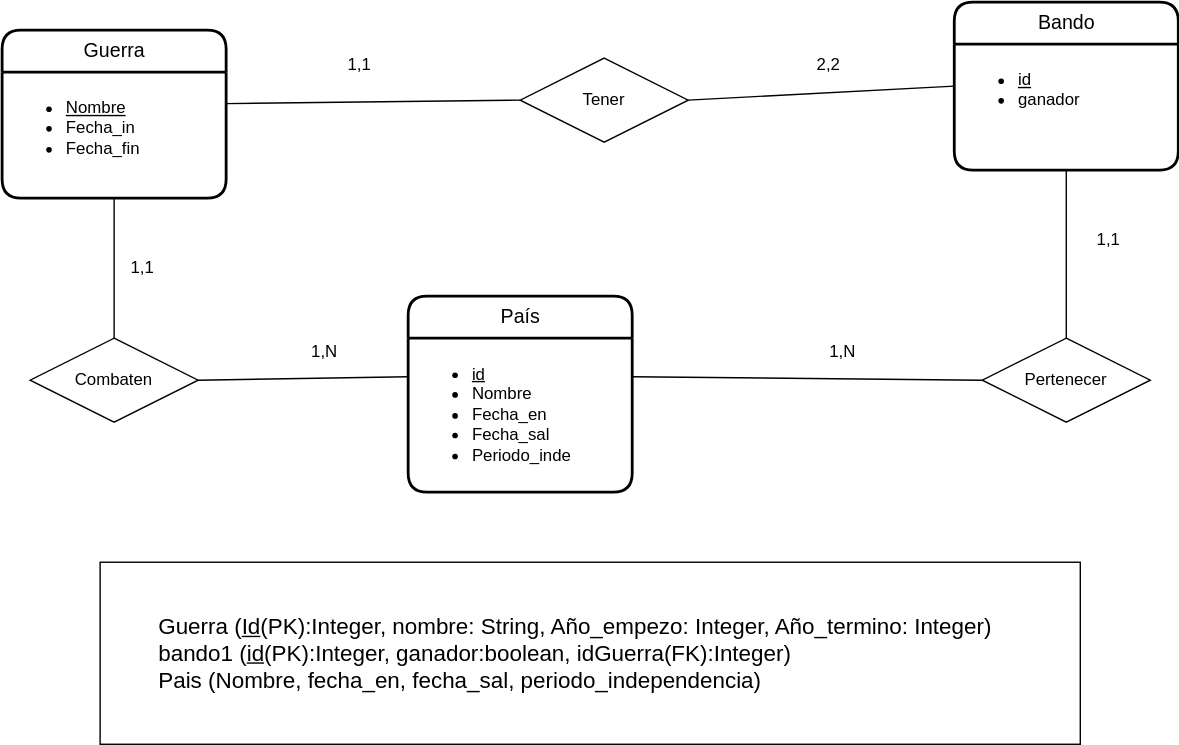
Before: UD12-04.svg, a diagram exported from draw.io (Jimxx22/C3-UD11-UML). Source tidied: cells renumbered, new cells last; positions are measured from the earlier drawing's top-left corner, leaving out a move shared by most shapes.
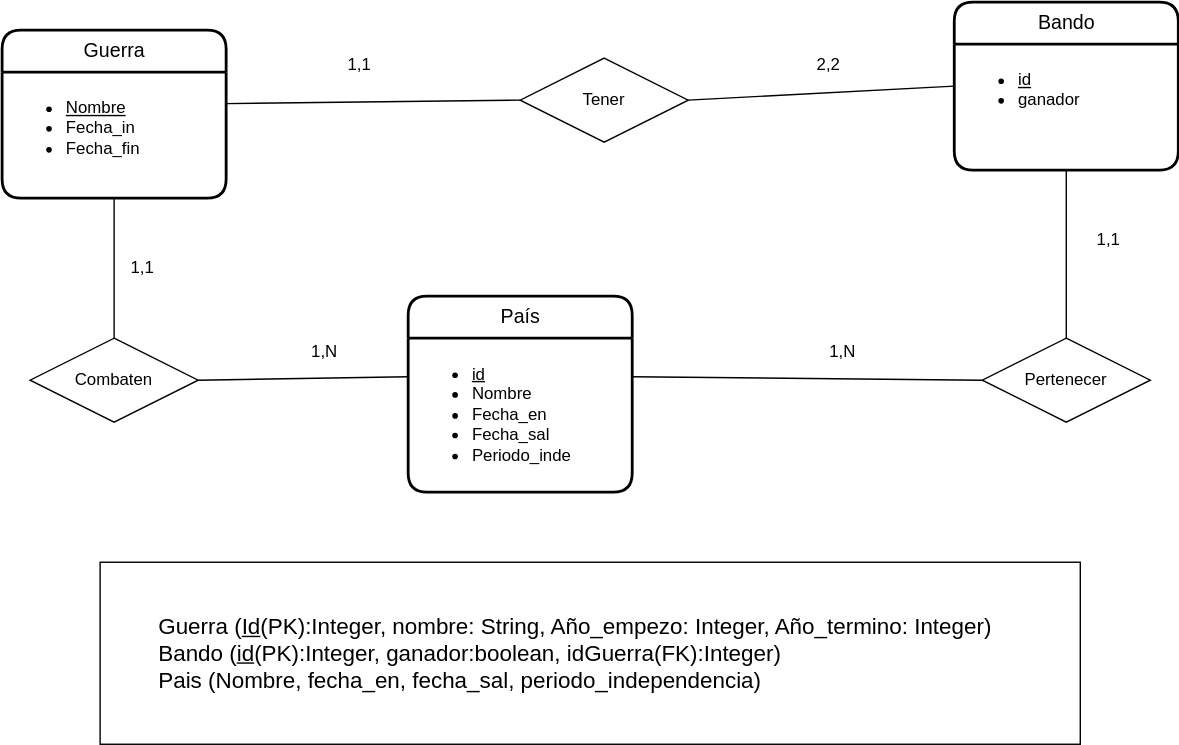
The same file after the commit.

Change to the diagram source:
```diff
@@ -65,7 +65,7 @@
     <mxCell id="22" value="1,N" style="text;html=1;align=center;verticalAlign=middle;strokeColor=none;fillColor=none;" parent="1" vertex="1">
       <mxGeometry x="580" y="235" width="40" height="30" as="geometry" />
     </mxCell>
-    <mxCell id="23" value="&lt;blockquote style=&quot;margin: 0 0 0 40px; border: none; padding: 0px;&quot;&gt;&lt;div style=&quot;font-size: 16px;&quot;&gt;&lt;font style=&quot;font-size: 16px;&quot;&gt;Guerra (&lt;u style=&quot;&quot;&gt;Id&lt;/u&gt;(PK):Integer, nombre: String, Año_empezo: Integer, Año_termino: Integer)&lt;/font&gt;&lt;/div&gt;&lt;div style=&quot;font-size: 16px;&quot;&gt;&lt;font style=&quot;font-size: 16px;&quot;&gt;bando1 (&lt;u&gt;id&lt;/u&gt;(PK):Integer, ganador:boolean, idGuerra(FK):Integer)&lt;/font&gt;&lt;/div&gt;&lt;div style=&quot;font-size: 16px;&quot;&gt;&lt;font style=&quot;font-size: 16px;&quot;&gt;Pais (Nombre, fecha_en, fecha_sal, periodo_independencia)&lt;/font&gt;&lt;/div&gt;&lt;/blockquote&gt;" style="rounded=0;whiteSpace=wrap;html=1;align=left;" parent="1" vertex="1">
+    <mxCell id="23" value="&lt;blockquote style=&quot;margin: 0 0 0 40px; border: none; padding: 0px;&quot;&gt;&lt;div style=&quot;font-size: 16px;&quot;&gt;&lt;font style=&quot;font-size: 16px;&quot;&gt;Guerra (&lt;u style=&quot;&quot;&gt;Id&lt;/u&gt;(PK):Integer, nombre: String, Año_empezo: Integer, Año_termino: Integer)&lt;/font&gt;&lt;/div&gt;&lt;div style=&quot;font-size: 16px;&quot;&gt;&lt;font style=&quot;font-size: 16px;&quot;&gt;Bando (&lt;u&gt;id&lt;/u&gt;(PK):Integer, ganador:boolean, idGuerra(FK):Integer)&lt;/font&gt;&lt;/div&gt;&lt;div style=&quot;font-size: 16px;&quot;&gt;&lt;font style=&quot;font-size: 16px;&quot;&gt;Pais (Nombre, fecha_en, fecha_sal, periodo_independencia)&lt;/font&gt;&lt;/div&gt;&lt;/blockquote&gt;" style="rounded=0;whiteSpace=wrap;html=1;align=left;" parent="1" vertex="1">
       <mxGeometry x="70" y="400" width="700" height="130" as="geometry" />
     </mxCell>
   </root>
```
